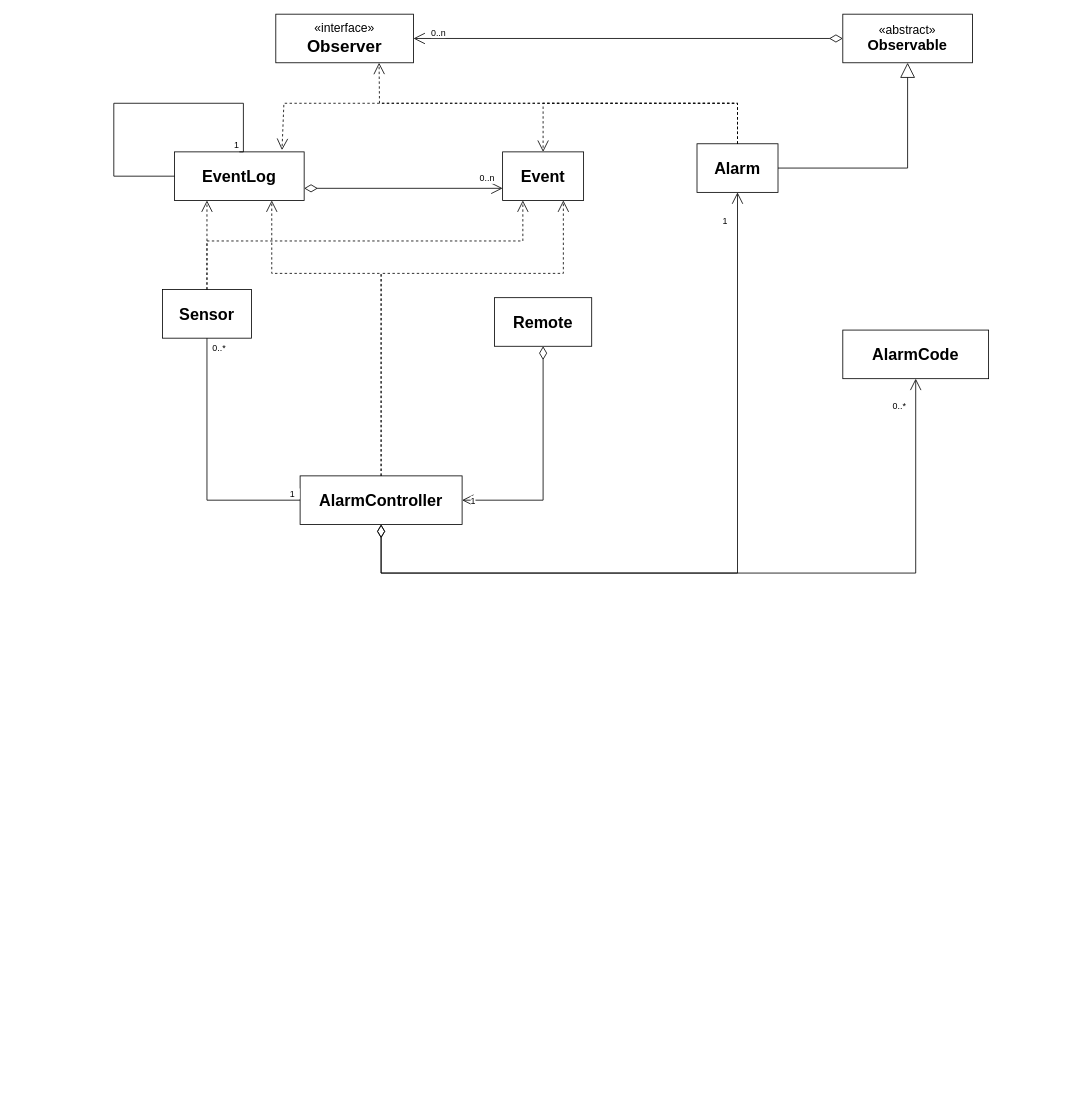
Before: C4/C4-LectureLab.drawio in Aimee-v-yh/draw.io, a draw.io diagram. Source tidied: cells renumbered, new cells numbered last; positions are measured from the earlier drawing's top-left corner, leaving out a move shared by most shapes. Both pictures are drawn from the tidied source at 81%, with x=0, y=0 at pixel (113, 14).
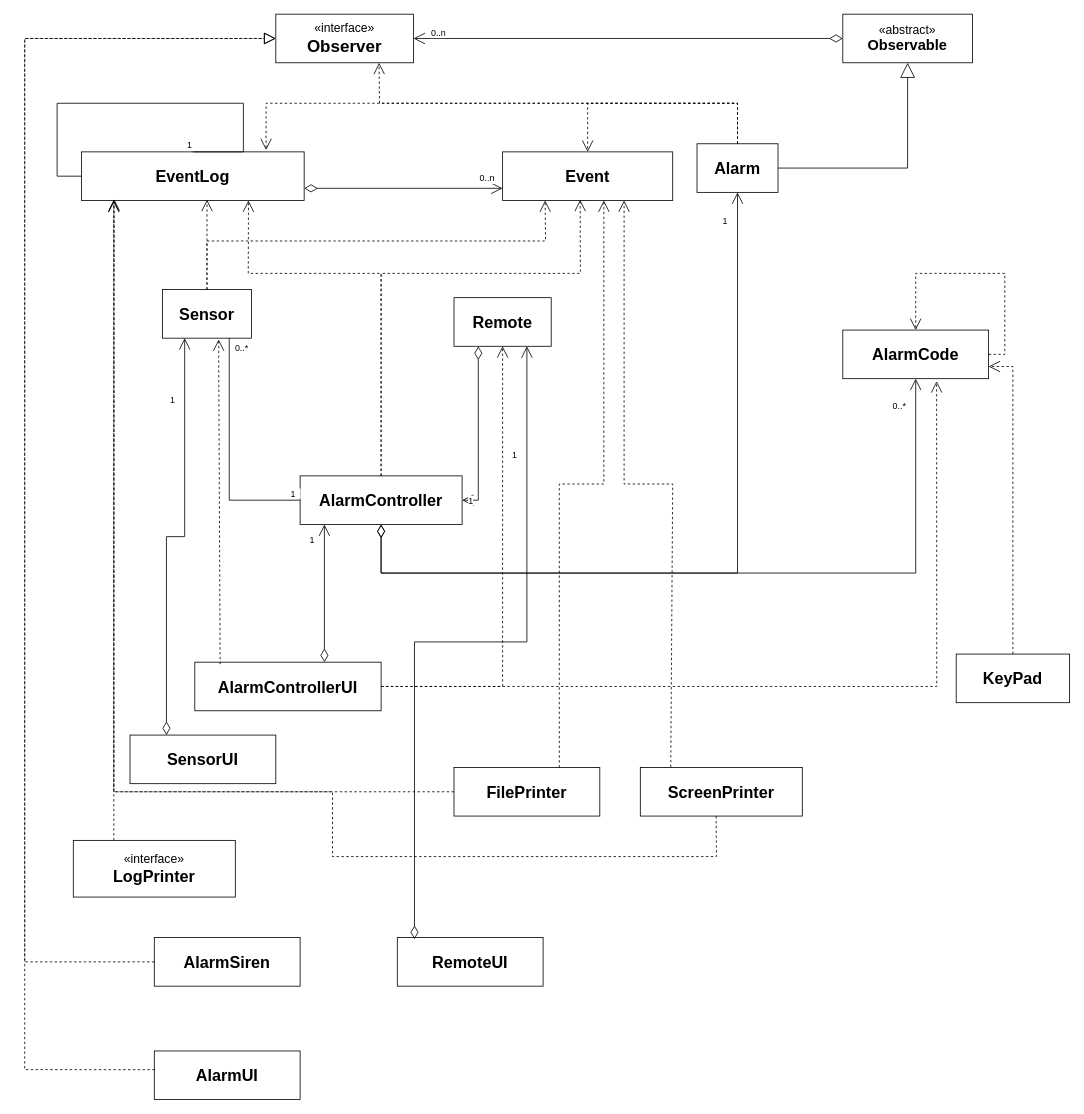
After the change.

The change refers to these unchanged cells:
```xml
<mxCell id="2" value="&lt;font style=&quot;font-size: 20px;&quot;&gt;&lt;b&gt;Sensor&lt;/b&gt;&lt;/font&gt;" style="rounded=0;whiteSpace=wrap;html=1;" parent="1" vertex="1">
  <mxGeometry x="60" y="340" width="110" height="60" as="geometry" />
</mxCell>
<mxCell id="4" value="&lt;font style=&quot;font-size: 20px;&quot;&gt;&lt;b&gt;Alarm&lt;/b&gt;&lt;/font&gt;" style="rounded=0;whiteSpace=wrap;html=1;" parent="1" vertex="1">
  <mxGeometry x="720" y="160" width="100" height="60" as="geometry" />
</mxCell>
<mxCell id="5" value="&lt;span style=&quot;font-size: 20px;&quot;&gt;&lt;b&gt;AlarmCode&lt;/b&gt;&lt;br&gt;&lt;/span&gt;" style="rounded=0;whiteSpace=wrap;html=1;" parent="1" vertex="1">
  <mxGeometry x="900" y="390" width="180" height="60" as="geometry" />
</mxCell>
<mxCell id="8" value="&lt;span style=&quot;font-size: 20px;&quot;&gt;&lt;b&gt;AlarmController&lt;/b&gt;&lt;/span&gt;" style="rounded=0;whiteSpace=wrap;html=1;" parent="1" vertex="1">
  <mxGeometry x="230" y="570" width="200" height="60" as="geometry" />
</mxCell>
<mxCell id="9" value="&lt;font style=&quot;font-size: 15px;&quot;&gt;«interface»&lt;/font&gt;&lt;br&gt;&lt;b&gt;&lt;font style=&quot;font-size: 21px;&quot;&gt;Observer&lt;/font&gt;&lt;/b&gt;" style="html=1;whiteSpace=wrap;" parent="1" vertex="1">
  <mxGeometry x="200" width="170" height="60" as="geometry" />
</mxCell>
```

Change to the diagram source:
```diff
@@
     <mxCell id="3" value="&lt;font style=&quot;font-size: 20px;&quot;&gt;&lt;b&gt;Remote&lt;/b&gt;&lt;/font&gt;" style="rounded=0;whiteSpace=wrap;html=1;" parent="1" vertex="1">
-      <mxGeometry x="470" y="350" width="120" height="60" as="geometry" />
+      <mxGeometry x="420" y="350" width="120" height="60" as="geometry" />
     </mxCell>
@@
     <mxCell id="6" value="&lt;span style=&quot;font-size: 20px;&quot;&gt;&lt;b&gt;EventLog&lt;/b&gt;&lt;br&gt;&lt;/span&gt;" style="rounded=0;whiteSpace=wrap;html=1;" parent="1" vertex="1">
-      <mxGeometry x="75" y="170" width="160" height="60" as="geometry" />
+      <mxGeometry x="-40" y="170" width="275" height="60" as="geometry" />
     </mxCell>
     <mxCell id="7" value="&lt;font style=&quot;font-size: 20px;&quot;&gt;&lt;b&gt;Event&lt;/b&gt;&lt;/font&gt;" style="rounded=0;whiteSpace=wrap;html=1;" parent="1" vertex="1">
-      <mxGeometry x="480" y="170" width="100" height="60" as="geometry" />
+      <mxGeometry x="480" y="170" width="210" height="60" as="geometry" />
     </mxCell>
@@
-    <mxCell id="12" value="1" style="endArrow=open;html=1;endSize=12;startArrow=diamondThin;startSize=14;startFill=0;edgeStyle=orthogonalEdgeStyle;align=left;verticalAlign=bottom;rounded=0;exitX=0.5;exitY=1;exitDx=0;exitDy=0;entryX=1;entryY=0.5;entryDx=0;entryDy=0;" parent="1" edge="1" source="3" target="8">
+    <mxCell id="12" value="1" style="endArrow=open;html=1;endSize=12;startArrow=diamondThin;startSize=14;startFill=0;edgeStyle=orthogonalEdgeStyle;align=left;verticalAlign=bottom;rounded=0;exitX=0.25;exitY=1;exitDx=0;exitDy=0;entryX=1;entryY=0.5;entryDx=0;entryDy=0;" parent="1" edge="1" source="3" target="8">
       <mxGeometry x="0.94" y="10" relative="1" as="geometry" />
     </mxCell>
-    <mxCell id="13" style="endArrow=open;endSize=12;dashed=1;html=1;rounded=0;exitX=0.5;exitY=0;exitDx=0;exitDy=0;entryX=0.25;entryY=1;entryDx=0;entryDy=0;" parent="1" edge="1" source="2" target="6">
+    <mxCell id="13" style="endArrow=open;endSize=12;dashed=1;html=1;rounded=0;exitX=0.5;exitY=0;exitDx=0;exitDy=0;entryX=0.564;entryY=0.985;entryDx=0;entryDy=0;entryPerimeter=0;" parent="1" edge="1" source="2" target="6">
       <mxGeometry relative="1" as="geometry" />
     </mxCell>
     <mxCell id="14" style="endArrow=open;endSize=12;dashed=1;html=1;rounded=0;exitX=0.5;exitY=0;exitDx=0;exitDy=0;entryX=0.25;entryY=1;entryDx=0;entryDy=0;" parent="1" edge="1" source="2" target="7">
       <mxGeometry x="0.38" y="8" relative="1" as="geometry">
         <Array as="points">
           <mxPoint x="115" y="280" />
-          <mxPoint x="505" y="280" />
+          <mxPoint x="533" y="280" />
         </Array>
       </mxGeometry>
     </mxCell>
@@
     <mxCell id="17" style="endArrow=none;html=1;edgeStyle=orthogonalEdgeStyle;rounded=0;exitX=0;exitY=0.5;exitDx=0;exitDy=0;entryX=0.5;entryY=0;entryDx=0;entryDy=0;" parent="1" edge="1" source="6" target="6">
       <mxGeometry relative="1" as="geometry">
         <Array as="points">
-          <mxPoint y="200" />
-          <mxPoint y="110" />
+          <mxPoint x="-70" y="200" />
+          <mxPoint x="-70" y="110" />
           <mxPoint x="160" y="110" />
           <mxPoint x="160" y="170" />
         </Array>
       </mxGeometry>
     </mxCell>
@@
-    <mxCell id="21" style="endArrow=none;html=1;edgeStyle=orthogonalEdgeStyle;rounded=0;exitX=0.5;exitY=1;exitDx=0;exitDy=0;entryX=0;entryY=0.5;entryDx=0;entryDy=0;" parent="1" edge="1" source="2" target="8">
+    <mxCell id="21" style="endArrow=none;html=1;edgeStyle=orthogonalEdgeStyle;rounded=0;exitX=0.75;exitY=1;exitDx=0;exitDy=0;entryX=0;entryY=0.5;entryDx=0;entryDy=0;" parent="1" edge="1" source="2" target="8">
       <mxGeometry relative="1" as="geometry" />
     </mxCell>
@@
-    <mxCell id="26" style="endArrow=open;endSize=12;dashed=1;html=1;rounded=0;exitX=0.5;exitY=0;exitDx=0;exitDy=0;entryX=0.75;entryY=1;entryDx=0;entryDy=0;" parent="1" edge="1" source="8" target="7">
+    <mxCell id="26" style="endArrow=open;endSize=12;dashed=1;html=1;rounded=0;exitX=0.5;exitY=0;exitDx=0;exitDy=0;entryX=0.456;entryY=0.985;entryDx=0;entryDy=0;entryPerimeter=0;" parent="1" edge="1" target="7">
       <mxGeometry x="0.38" y="8" relative="1" as="geometry">
+        <mxPoint x="330" y="570" as="sourcePoint" />
         <Array as="points">
+          <mxPoint x="330" y="450" />
           <mxPoint x="330" y="320" />
-          <mxPoint x="555" y="320" />
+          <mxPoint x="576" y="320" />
         </Array>
       </mxGeometry>
     </mxCell>
     <mxCell id="27" style="endArrow=open;endSize=12;dashed=1;html=1;rounded=0;entryX=0.75;entryY=1;entryDx=0;entryDy=0;" parent="1" edge="1" target="6">
       <mxGeometry x="0.38" y="8" relative="1" as="geometry">
         <mxPoint x="330" y="570" as="sourcePoint" />
         <Array as="points">
           <mxPoint x="330" y="320" />
-          <mxPoint x="195" y="320" />
+          <mxPoint x="166" y="320" />
         </Array>
       </mxGeometry>
     </mxCell>
     <mxCell id="28" style="endArrow=open;endSize=12;dashed=1;html=1;rounded=0;entryX=0.829;entryY=-0.037;entryDx=0;entryDy=0;exitX=0.5;exitY=0;exitDx=0;exitDy=0;entryPerimeter=0;" parent="1" edge="1" source="4" target="6">
       <mxGeometry x="0.38" y="8" relative="1" as="geometry">
         <Array as="points">
           <mxPoint x="770" y="110" />
-          <mxPoint x="210" y="110" />
+          <mxPoint x="188" y="110" />
         </Array>
       </mxGeometry>
     </mxCell>
     <mxCell id="29" style="endArrow=open;endSize=12;dashed=1;html=1;rounded=0;entryX=0.5;entryY=0;entryDx=0;entryDy=0;" parent="1" edge="1" target="7">
       <mxGeometry x="0.38" y="8" relative="1" as="geometry">
         <mxPoint x="770" y="160" as="sourcePoint" />
         <Array as="points">
           <mxPoint x="770" y="110" />
-          <mxPoint x="530" y="110" />
+          <mxPoint x="585" y="110" />
         </Array>
       </mxGeometry>
     </mxCell>
@@
+    <mxCell id="31" value="&lt;span style=&quot;font-size: 20px;&quot;&gt;&lt;b&gt;AlarmControllerUI&lt;/b&gt;&lt;/span&gt;" style="rounded=0;whiteSpace=wrap;html=1;" parent="1" vertex="1">
+      <mxGeometry x="100" y="800" width="230" height="60" as="geometry" />
+    </mxCell>
+    <mxCell id="32" value="1" style="endArrow=open;html=1;endSize=12;startArrow=diamondThin;startSize=14;startFill=0;edgeStyle=orthogonalEdgeStyle;align=left;verticalAlign=bottom;rounded=0;" parent="1" edge="1">
+      <mxGeometry x="0.67" y="20" relative="1" as="geometry">
+        <mxPoint x="260" y="800" as="sourcePoint" />
+        <mxPoint x="260" y="630" as="targetPoint" />
+      </mxGeometry>
+    </mxCell>
+    <mxCell id="33" style="endArrow=open;endSize=12;dashed=1;html=1;rounded=0;exitX=1;exitY=0.5;exitDx=0;exitDy=0;entryX=0.5;entryY=1;entryDx=0;entryDy=0;" parent="1" edge="1" source="31" target="3">
+      <mxGeometry x="0.38" y="8" relative="1" as="geometry">
+        <Array as="points">
+          <mxPoint x="480" y="830" />
+          <mxPoint x="480" y="680" />
+        </Array>
+      </mxGeometry>
+    </mxCell>
+    <mxCell id="34" style="endArrow=open;endSize=12;dashed=1;html=1;rounded=0;entryX=0.81;entryY=1.052;entryDx=0;entryDy=0;entryPerimeter=0;exitX=1;exitY=0.5;exitDx=0;exitDy=0;" parent="1" edge="1" source="31">
+      <mxGeometry x="0.38" y="8" relative="1" as="geometry">
+        <mxPoint x="1015.8" y="453.1" as="targetPoint" />
+        <Array as="points">
+          <mxPoint x="1016" y="830" />
+        </Array>
+      </mxGeometry>
+    </mxCell>
+    <mxCell id="35" style="endArrow=open;endSize=12;dashed=1;html=1;rounded=0;exitX=0.136;exitY=0.041;exitDx=0;exitDy=0;entryX=0.631;entryY=1.026;entryDx=0;entryDy=0;exitPerimeter=0;entryPerimeter=0;" parent="1" edge="1" source="31" target="2">
+      <mxGeometry relative="1" as="geometry" />
+    </mxCell>
+    <mxCell id="36" style="endArrow=open;endSize=12;dashed=1;html=1;rounded=0;exitX=1;exitY=0.5;exitDx=0;exitDy=0;entryX=0.5;entryY=0;entryDx=0;entryDy=0;" parent="1" edge="1" source="5" target="5">
+      <mxGeometry x="0.38" y="8" relative="1" as="geometry">
+        <Array as="points">
+          <mxPoint x="1100" y="420" />
+          <mxPoint x="1100" y="320" />
+          <mxPoint x="990" y="320" />
+        </Array>
+      </mxGeometry>
+    </mxCell>
+    <mxCell id="37" value="&lt;span style=&quot;font-size: 20px;&quot;&gt;&lt;b&gt;KeyPad&lt;/b&gt;&lt;/span&gt;" style="rounded=0;whiteSpace=wrap;html=1;" parent="1" vertex="1">
+      <mxGeometry x="1040" y="790" width="140" height="60" as="geometry" />
+    </mxCell>
+    <mxCell id="38" style="endArrow=open;endSize=12;dashed=1;html=1;rounded=0;exitX=0.5;exitY=0;exitDx=0;exitDy=0;entryX=1;entryY=0.75;entryDx=0;entryDy=0;" parent="1" edge="1" source="37" target="5">
+      <mxGeometry x="0.38" y="8" relative="1" as="geometry">
+        <Array as="points">
+          <mxPoint x="1110" y="435" />
+        </Array>
+      </mxGeometry>
+    </mxCell>
+    <mxCell id="39" value="&lt;span style=&quot;font-size: 20px;&quot;&gt;&lt;b&gt;FilePrinter&lt;/b&gt;&lt;/span&gt;" style="rounded=0;whiteSpace=wrap;html=1;" parent="1" vertex="1">
+      <mxGeometry x="420" y="930" width="180" height="60" as="geometry" />
+    </mxCell>
+    <mxCell id="40" value="&lt;span style=&quot;font-size: 20px;&quot;&gt;&lt;b&gt;ScreenPrinter&lt;br&gt;&lt;/b&gt;&lt;/span&gt;" style="rounded=0;whiteSpace=wrap;html=1;" parent="1" vertex="1">
+      <mxGeometry x="650" y="930" width="200" height="60" as="geometry" />
+    </mxCell>
+    <mxCell id="41" style="endArrow=open;endSize=12;dashed=1;html=1;rounded=0;exitX=0.5;exitY=0;exitDx=0;exitDy=0;entryX=0.5;entryY=1;entryDx=0;entryDy=0;" parent="1" edge="1">
+      <mxGeometry relative="1" as="geometry">
+        <mxPoint x="550" y="930" as="sourcePoint" />
+        <mxPoint x="605" y="230" as="targetPoint" />
+        <Array as="points">
+          <mxPoint x="550" y="580" />
+          <mxPoint x="605" y="580" />
+        </Array>
+      </mxGeometry>
+    </mxCell>
+    <mxCell id="42" style="endArrow=open;endSize=12;dashed=1;html=1;rounded=0;exitX=0.188;exitY=-0.007;exitDx=0;exitDy=0;entryX=0.5;entryY=1;entryDx=0;entryDy=0;exitPerimeter=0;" parent="1" edge="1" source="40">
+      <mxGeometry relative="1" as="geometry">
+        <mxPoint x="630" y="230" as="targetPoint" />
+        <Array as="points">
+          <mxPoint x="690" y="580" />
+          <mxPoint x="630" y="580" />
+        </Array>
+      </mxGeometry>
+    </mxCell>
+    <mxCell id="43" value="&lt;font style=&quot;font-size: 15px;&quot;&gt;«interface»&lt;/font&gt;&lt;br&gt;&lt;b&gt;&lt;font style=&quot;font-size: 20px;&quot;&gt;LogPrinter&lt;/font&gt;&lt;/b&gt;" style="html=1;whiteSpace=wrap;" parent="1" vertex="1">
+      <mxGeometry x="-50" y="1020" width="200" height="70" as="geometry" />
+    </mxCell>
+    <mxCell id="44" style="endArrow=open;endSize=12;dashed=1;html=1;rounded=0;exitX=0.25;exitY=0;exitDx=0;exitDy=0;entryX=0.147;entryY=0.97;entryDx=0;entryDy=0;entryPerimeter=0;" parent="1" edge="1" source="43" target="6">
+      <mxGeometry relative="1" as="geometry" />
+    </mxCell>
+    <mxCell id="45" style="endArrow=open;endSize=12;dashed=1;html=1;rounded=0;exitX=0;exitY=0.5;exitDx=0;exitDy=0;" parent="1" edge="1" source="39">
+      <mxGeometry relative="1" as="geometry">
+        <mxPoint y="230" as="targetPoint" />
+        <Array as="points">
+          <mxPoint y="960" />
+        </Array>
+      </mxGeometry>
+    </mxCell>
+    <mxCell id="46" style="endArrow=open;endSize=12;dashed=1;html=1;rounded=0;exitX=0.468;exitY=1;exitDx=0;exitDy=0;exitPerimeter=0;" parent="1" edge="1" source="40">
+      <mxGeometry relative="1" as="geometry">
+        <mxPoint y="230" as="targetPoint" />
+        <Array as="points">
+          <mxPoint x="744" y="1040" />
+          <mxPoint x="270" y="1040" />
+          <mxPoint x="270" y="960" />
+          <mxPoint y="960" />
+        </Array>
+      </mxGeometry>
+    </mxCell>
+    <mxCell id="47" value="&lt;span style=&quot;font-size: 20px;&quot;&gt;&lt;b&gt;AlarmUI&lt;/b&gt;&lt;/span&gt;" style="rounded=0;whiteSpace=wrap;html=1;" parent="1" vertex="1">
+      <mxGeometry x="50" y="1280" width="180" height="60" as="geometry" />
+    </mxCell>
+    <mxCell id="48" value="&lt;span style=&quot;font-size: 20px;&quot;&gt;&lt;b&gt;AlarmSiren&lt;br&gt;&lt;/b&gt;&lt;/span&gt;" style="rounded=0;whiteSpace=wrap;html=1;" parent="1" vertex="1">
+      <mxGeometry x="50" y="1140" width="180" height="60" as="geometry" />
+    </mxCell>
+    <mxCell id="49" style="endArrow=block;dashed=1;endFill=0;endSize=12;html=1;rounded=0;exitX=0.003;exitY=0.385;exitDx=0;exitDy=0;exitPerimeter=0;entryX=0;entryY=0.5;entryDx=0;entryDy=0;" parent="1" edge="1" source="47" target="9">
+      <mxGeometry relative="1" as="geometry">
+        <Array as="points">
+          <mxPoint x="-110" y="1303" />
+          <mxPoint x="-110" y="30" />
+        </Array>
+      </mxGeometry>
+    </mxCell>
+    <mxCell id="50" style="endArrow=block;dashed=1;endFill=0;endSize=12;html=1;rounded=0;exitX=0;exitY=0.5;exitDx=0;exitDy=0;" parent="1" edge="1" source="48">
+      <mxGeometry relative="1" as="geometry">
+        <mxPoint x="200" y="30" as="targetPoint" />
+        <Array as="points">
+          <mxPoint x="-110" y="1170" />
+          <mxPoint x="-110" y="30" />
+        </Array>
+      </mxGeometry>
+    </mxCell>
+    <mxCell id="51" value="&lt;span style=&quot;font-size: 20px;&quot;&gt;&lt;b&gt;RemoteUI&lt;br&gt;&lt;/b&gt;&lt;/span&gt;" style="rounded=0;whiteSpace=wrap;html=1;" parent="1" vertex="1">
+      <mxGeometry x="350" y="1140" width="180" height="60" as="geometry" />
+    </mxCell>
+    <mxCell id="52" value="1" style="endArrow=open;html=1;endSize=12;startArrow=diamondThin;startSize=14;startFill=0;edgeStyle=orthogonalEdgeStyle;align=left;verticalAlign=bottom;rounded=0;entryX=0.75;entryY=1;entryDx=0;entryDy=0;exitX=0.118;exitY=0.033;exitDx=0;exitDy=0;exitPerimeter=0;" parent="1" edge="1" source="51" target="3">
+      <mxGeometry x="0.67" y="20" relative="1" as="geometry" />
+    </mxCell>
+    <mxCell id="53" value="&lt;span style=&quot;font-size: 20px;&quot;&gt;&lt;b&gt;SensorUI&lt;br&gt;&lt;/b&gt;&lt;/span&gt;" style="rounded=0;whiteSpace=wrap;html=1;" parent="1" vertex="1">
+      <mxGeometry x="20" y="890" width="180" height="60" as="geometry" />
+    </mxCell>
+    <mxCell id="54" value="1" style="endArrow=open;html=1;endSize=12;startArrow=diamondThin;startSize=14;startFill=0;edgeStyle=orthogonalEdgeStyle;align=left;verticalAlign=bottom;rounded=0;exitX=0.25;exitY=0;exitDx=0;exitDy=0;entryX=0.25;entryY=1;entryDx=0;entryDy=0;" parent="1" edge="1" source="53" target="2">
+      <mxGeometry x="0.67" y="20" relative="1" as="geometry" />
+    </mxCell>
```
